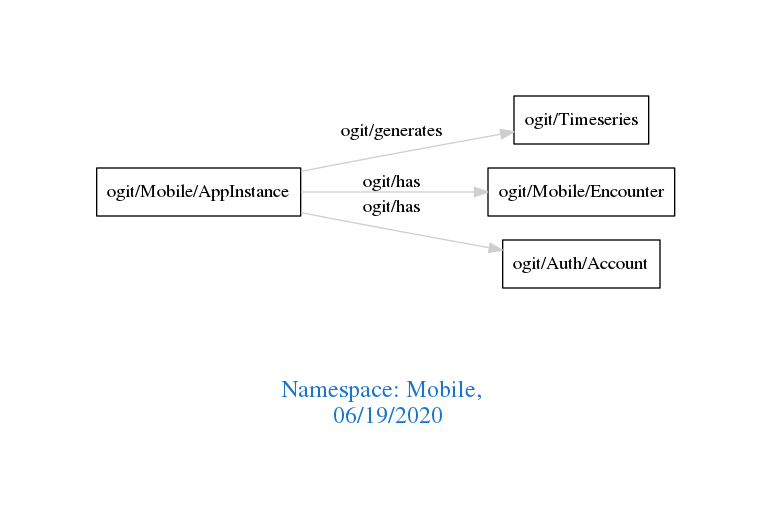
The Graphviz diagram downloads/Mobile.png in arago/OGIT, before a commit. Its source is kept beside it as downloads/Mobile.dot.
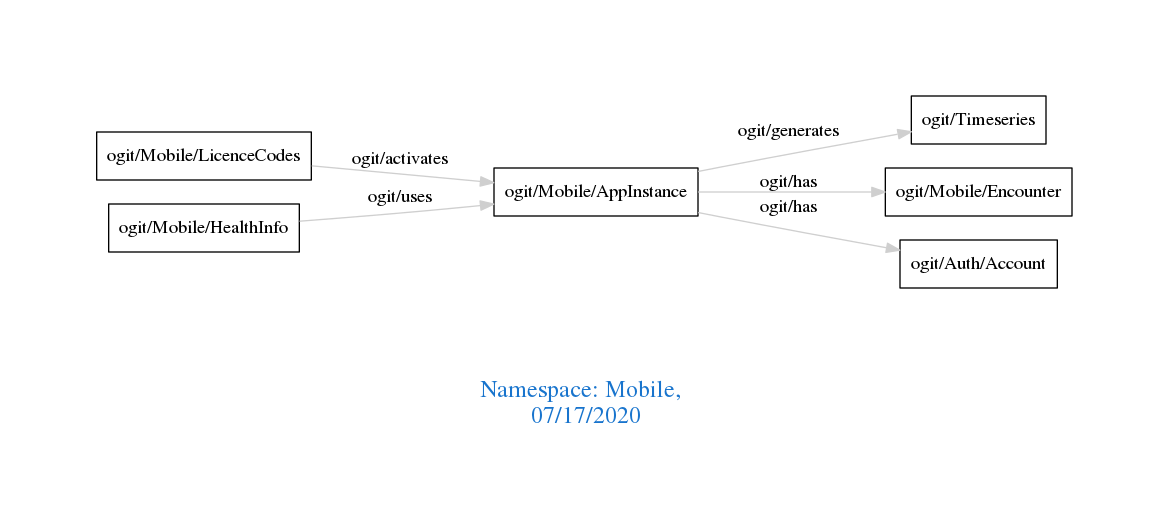
After the commit.

What changed in the source:
```diff
@@ -1,11 +1,13 @@
 digraph OGIT_ontology {
  graph [ rankdir= LR,pad=1
 fontsize = 18,
-fontcolor= dodgerblue3,label = "\n\n\nNamespace: Mobile, \n 06/19/2020"];
+fontcolor= dodgerblue3,label = "\n\n\nNamespace: Mobile, \n 07/17/2020"];
 node[shape=polygon];
 edge [  color="gray81"];
 
    "ogit/Mobile/AppInstance" -> "ogit/Timeseries" [label="   ogit/generates    "];
+   "ogit/Mobile/LicenceCodes" -> "ogit/Mobile/AppInstance" [label="   ogit/activates    "];
+   "ogit/Mobile/HealthInfo" -> "ogit/Mobile/AppInstance" [label="   ogit/uses    "];
    "ogit/Mobile/AppInstance" -> "ogit/Mobile/Encounter" [label="   ogit/has    "];
    "ogit/Mobile/AppInstance" -> "ogit/Auth/Account" [label="   ogit/has    "];
 }
```
